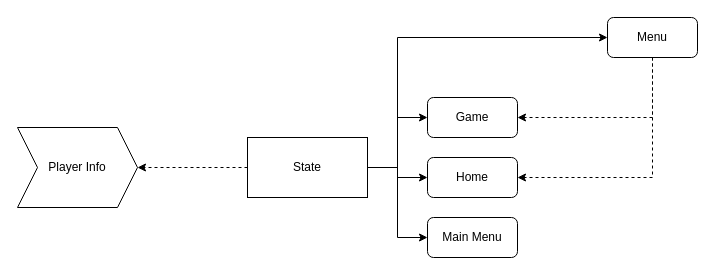
Trentiumz/rts001 keeps this draw.io diagram as page "Structure" (1 of 3) of plan.drawio. Above is the earlier version. Source tidied: cells renumbered, new cells numbered last; positions are measured from the earlier drawing's top-left corner, leaving out a move shared by most shapes. Both pictures are drawn from the tidied source at 100%, with x=0, y=0 at pixel (17, 17).
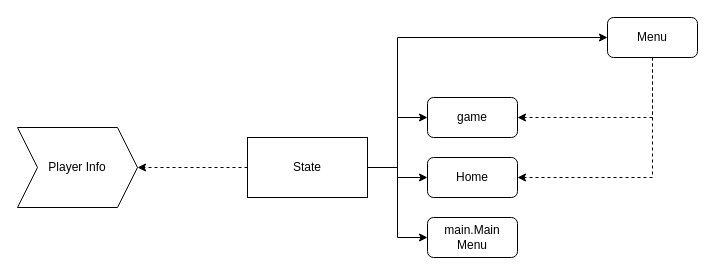
The same page after the edit.

The edit, as a diff of the source:
```diff
@@
 <mxGraphModel>
   <root>
     <mxCell id="0" />
     <mxCell id="1" parent="0" />
     <mxCell id="2" style="edgeStyle=orthogonalEdgeStyle;rounded=0;jettySize=auto;html=1;exitX=0;exitY=0.5;exitDx=0;exitDy=0;entryX=1;entryY=0.5;entryDx=0;entryDy=0;dashed=1;" parent="1" edge="1" source="7" target="8">
       <mxGeometry relative="1" as="geometry">
         <Array as="points">
           <mxPoint x="220" y="150" />
         </Array>
       </mxGeometry>
     </mxCell>
     <mxCell id="3" style="edgeStyle=orthogonalEdgeStyle;rounded=0;jettySize=auto;html=1;exitX=1;exitY=0.5;exitDx=0;exitDy=0;entryX=0;entryY=0.5;entryDx=0;entryDy=0;" parent="1" edge="1" source="7" target="11">
       <mxGeometry relative="1" as="geometry" />
     </mxCell>
     <mxCell id="4" style="edgeStyle=orthogonalEdgeStyle;rounded=0;jettySize=auto;html=1;exitX=1;exitY=0.5;exitDx=0;exitDy=0;entryX=0;entryY=0.5;entryDx=0;entryDy=0;" parent="1" edge="1" source="7" target="10">
       <mxGeometry relative="1" as="geometry" />
     </mxCell>
     <mxCell id="5" style="edgeStyle=orthogonalEdgeStyle;rounded=0;jettySize=auto;html=1;exitX=1;exitY=0.5;exitDx=0;exitDy=0;entryX=0;entryY=0.5;entryDx=0;entryDy=0;entryPerimeter=0;" parent="1" edge="1" source="7" target="9">
       <mxGeometry relative="1" as="geometry" />
     </mxCell>
     <mxCell id="6" style="edgeStyle=orthogonalEdgeStyle;rounded=0;jettySize=auto;html=1;exitX=1;exitY=0.5;exitDx=0;exitDy=0;entryX=0;entryY=0.5;entryDx=0;entryDy=0;" parent="1" edge="1" source="7" target="14">
       <mxGeometry relative="1" as="geometry">
         <Array as="points">
           <mxPoint x="380" y="150" />
           <mxPoint x="380" y="20" />
         </Array>
       </mxGeometry>
     </mxCell>
     <mxCell id="7" value="State" style="rounded=0;whiteSpace=wrap;html=1;" parent="1" vertex="1">
       <mxGeometry x="230" y="120" width="120" height="60" as="geometry" />
     </mxCell>
     <mxCell id="8" value="Player Info" style="shape=step;perimeter=stepPerimeter;whiteSpace=wrap;html=1;fixedSize=1;" parent="1" vertex="1">
       <mxGeometry y="110" width="120" height="80" as="geometry" />
     </mxCell>
-    <mxCell id="9" value="Main Menu" style="rounded=1;whiteSpace=wrap;html=1;" parent="1" vertex="1">
+    <mxCell id="9" value="main.Main Menu" style="rounded=1;whiteSpace=wrap;html=1;" parent="1" vertex="1">
       <mxGeometry x="410" y="200" width="90" height="40" as="geometry" />
     </mxCell>
     <mxCell id="10" value="Home" style="rounded=1;whiteSpace=wrap;html=1;" parent="1" vertex="1">
       <mxGeometry x="410" y="140" width="90" height="40" as="geometry" />
     </mxCell>
-    <mxCell id="11" value="Game" style="rounded=1;whiteSpace=wrap;html=1;" parent="1" vertex="1">
+    <mxCell id="11" value="game" style="rounded=1;whiteSpace=wrap;html=1;" parent="1" vertex="1">
       <mxGeometry x="410" y="80" width="90" height="40" as="geometry" />
     </mxCell>
     <mxCell id="12" style="edgeStyle=orthogonalEdgeStyle;rounded=0;jettySize=auto;html=1;exitX=0.5;exitY=1;exitDx=0;exitDy=0;entryX=1;entryY=0.5;entryDx=0;entryDy=0;dashed=1;" parent="1" edge="1" source="14" target="11">
       <mxGeometry relative="1" as="geometry" />
     </mxCell>
     <mxCell id="13" style="edgeStyle=orthogonalEdgeStyle;rounded=0;jettySize=auto;html=1;exitX=0.5;exitY=1;exitDx=0;exitDy=0;entryX=1;entryY=0.5;entryDx=0;entryDy=0;dashed=1;" parent="1" edge="1" source="14" target="10">
       <mxGeometry relative="1" as="geometry" />
     </mxCell>
     <mxCell id="14" value="Menu" style="rounded=1;whiteSpace=wrap;html=1;" parent="1" vertex="1">
       <mxGeometry x="590" width="90" height="40" as="geometry" />
     </mxCell>
   </root>
 </mxGraphModel>
```
